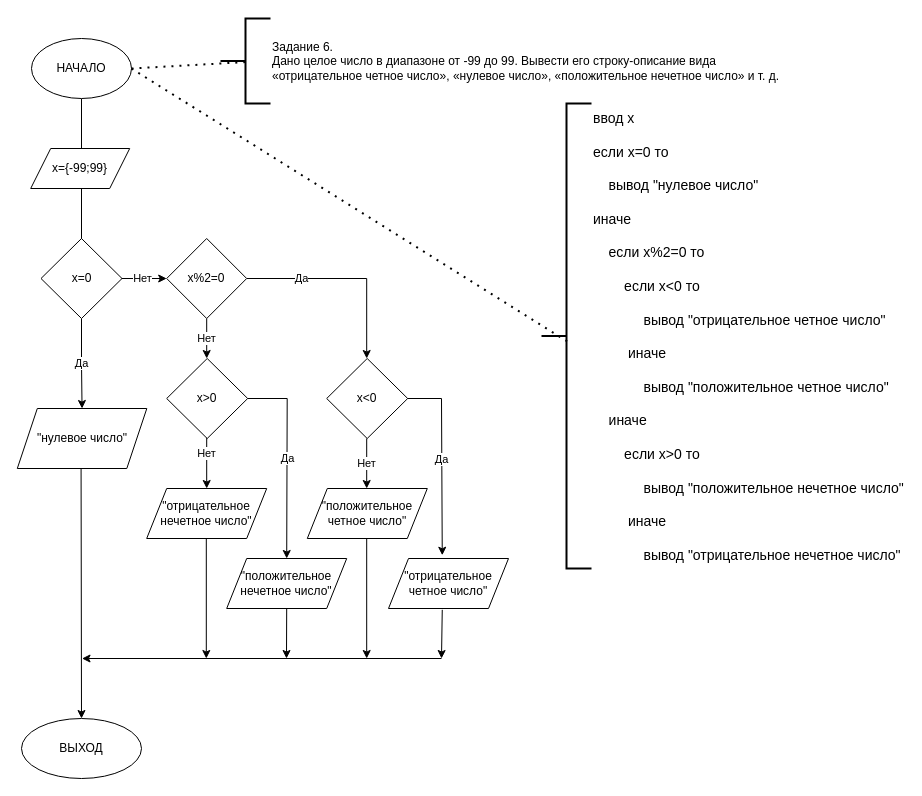
paweltaranov/Pawel_Taranov_Zadanie_01 keeps this draw.io diagram as Task_01_06.drawio. Above is the earlier version. Source tidied: cells renumbered, new cells numbered last; positions are measured from the earlier drawing's top-left corner, leaving out a move shared by most shapes. Both pictures are drawn from the tidied source at 100%, with x=0, y=0 at pixel (17, 18).
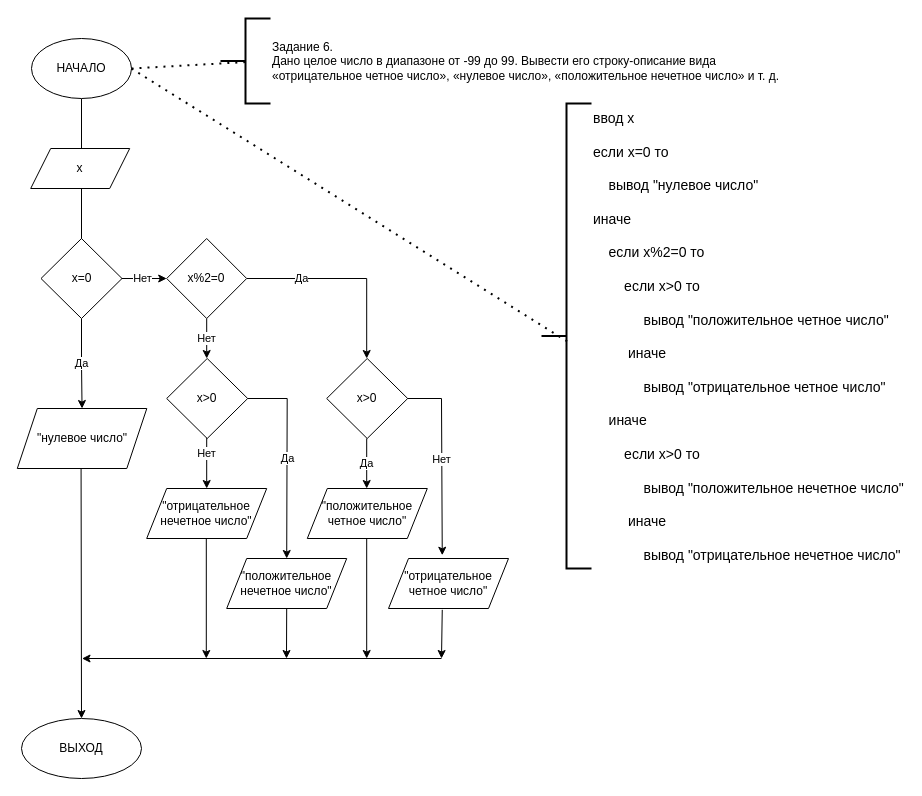
The same diagram, later.

The change refers to these unchanged cells:
```xml
<mxCell id="28" value="&quot;отрицательное четное число&quot;" style="shape=parallelogram;perimeter=parallelogramPerimeter;whiteSpace=wrap;html=1;fixedSize=1;" parent="1" vertex="1">
  <mxGeometry x="371" y="540" width="120" height="50" as="geometry" />
</mxCell>
```

The edit, as a diff of the source:
```diff
@@
-    <mxCell id="7" value="x={-99;99}" style="shape=parallelogram;perimeter=parallelogramPerimeter;whiteSpace=wrap;html=1;fixedSize=1;" parent="1" vertex="1">
+    <mxCell id="7" value="x" style="shape=parallelogram;perimeter=parallelogramPerimeter;whiteSpace=wrap;html=1;fixedSize=1;" parent="1" vertex="1">
       <mxGeometry x="13.2" y="130" width="99" height="40" as="geometry" />
     </mxCell>
@@
-    <mxCell id="12" value="ввод х&lt;br&gt;&lt;br&gt;если x=0 то&lt;br&gt;&lt;span&gt; &lt;/span&gt;&lt;span&gt; &lt;/span&gt;&lt;br&gt;&lt;span&gt;&lt;/span&gt;&amp;nbsp; &amp;nbsp; вывод &quot;нулевое число&quot;&lt;br&gt;&amp;nbsp; &amp;nbsp;&amp;nbsp;&lt;br&gt;иначе &lt;br&gt;&amp;nbsp; &amp;nbsp; &lt;br&gt;&amp;nbsp; &amp;nbsp; если x%2=0 то&lt;br&gt;&lt;br&gt;&amp;nbsp; &amp;nbsp; &amp;nbsp; &amp;nbsp; если х&amp;lt;0 то&lt;br&gt;&lt;br&gt;&amp;nbsp; &amp;nbsp; &amp;nbsp; &amp;nbsp; &amp;nbsp; &amp;nbsp; &amp;nbsp;вывод &quot;отрицательное четное число&quot;&lt;br&gt;&lt;br&gt;&amp;nbsp; &amp;nbsp; &amp;nbsp; &amp;nbsp; &amp;nbsp;иначе&amp;nbsp;&amp;nbsp;&lt;br&gt;&lt;br&gt;&amp;nbsp; &amp;nbsp; &amp;nbsp; &amp;nbsp; &amp;nbsp; &amp;nbsp; &amp;nbsp;вывод &quot;положительное четное число&quot;&lt;br&gt;&lt;br&gt;&amp;nbsp; &amp;nbsp; иначе&lt;br&gt;&lt;br&gt;&amp;nbsp; &amp;nbsp; &amp;nbsp; &amp;nbsp; если х&amp;gt;0 то&lt;br&gt;&lt;br&gt;&amp;nbsp; &amp;nbsp; &amp;nbsp; &amp;nbsp; &amp;nbsp; &amp;nbsp; &amp;nbsp;вывод &quot;положительное нечетное число&quot;&lt;br&gt;&lt;br&gt;&amp;nbsp; &amp;nbsp; &amp;nbsp; &amp;nbsp; &amp;nbsp;иначе&amp;nbsp;&amp;nbsp;&lt;br&gt;&lt;br&gt;&amp;nbsp; &amp;nbsp; &amp;nbsp; &amp;nbsp; &amp;nbsp; &amp;nbsp; &amp;nbsp;вывод &quot;отрицательное нечетное число&quot;&amp;nbsp;&lt;br&gt;&lt;br&gt;&amp;nbsp; &amp;nbsp; &amp;nbsp; &amp;nbsp;&amp;nbsp;" style="strokeWidth=2;html=1;shape=mxgraph.flowchart.annotation_2;align=left;labelPosition=right;verticalAlign=top;fontSize=14;spacing=2;spacingBottom=0;spacingLeft=0;spacingTop=0;horizontal=1;" parent="1" vertex="1">
+    <mxCell id="12" value="ввод х&lt;br&gt;&lt;br&gt;если x=0 то&lt;br&gt;&lt;span&gt; &lt;/span&gt;&lt;span&gt; &lt;/span&gt;&lt;br&gt;&lt;span&gt;&lt;/span&gt;&amp;nbsp; &amp;nbsp; вывод &quot;нулевое число&quot;&lt;br&gt;&amp;nbsp; &amp;nbsp;&amp;nbsp;&lt;br&gt;иначе &lt;br&gt;&amp;nbsp; &amp;nbsp; &lt;br&gt;&amp;nbsp; &amp;nbsp; если x%2=0 то&lt;br&gt;&lt;br&gt;&amp;nbsp; &amp;nbsp; &amp;nbsp; &amp;nbsp; если х&amp;gt;0 то&lt;br&gt;&lt;br&gt;&amp;nbsp; &amp;nbsp; &amp;nbsp; &amp;nbsp; &amp;nbsp; &amp;nbsp; &amp;nbsp;вывод &quot;положительное четное число&quot;&lt;br&gt;&lt;br&gt;&amp;nbsp; &amp;nbsp; &amp;nbsp; &amp;nbsp; &amp;nbsp;иначе&amp;nbsp;&amp;nbsp;&lt;br&gt;&lt;br&gt;&amp;nbsp; &amp;nbsp; &amp;nbsp; &amp;nbsp; &amp;nbsp; &amp;nbsp; &amp;nbsp;вывод &quot;отрицательное&amp;nbsp;четное число&quot;&lt;br&gt;&lt;br&gt;&amp;nbsp; &amp;nbsp; иначе&lt;br&gt;&lt;br&gt;&amp;nbsp; &amp;nbsp; &amp;nbsp; &amp;nbsp; если х&amp;gt;0 то&lt;br&gt;&lt;br&gt;&amp;nbsp; &amp;nbsp; &amp;nbsp; &amp;nbsp; &amp;nbsp; &amp;nbsp; &amp;nbsp;вывод &quot;положительное нечетное число&quot;&lt;br&gt;&lt;br&gt;&amp;nbsp; &amp;nbsp; &amp;nbsp; &amp;nbsp; &amp;nbsp;иначе&amp;nbsp;&amp;nbsp;&lt;br&gt;&lt;br&gt;&amp;nbsp; &amp;nbsp; &amp;nbsp; &amp;nbsp; &amp;nbsp; &amp;nbsp; &amp;nbsp;вывод &quot;отрицательное нечетное число&quot;&amp;nbsp;&lt;br&gt;&lt;br&gt;&amp;nbsp; &amp;nbsp; &amp;nbsp; &amp;nbsp;&amp;nbsp;" style="strokeWidth=2;html=1;shape=mxgraph.flowchart.annotation_2;align=left;labelPosition=right;verticalAlign=top;fontSize=14;spacing=2;spacingBottom=0;spacingLeft=0;spacingTop=0;horizontal=1;" parent="1" vertex="1">
       <mxGeometry x="524" y="85" width="50" height="465" as="geometry" />
     </mxCell>
@@
-    <mxCell id="23" value="x&amp;lt;0" style="rhombus;whiteSpace=wrap;html=1;" parent="1" vertex="1">
+    <mxCell id="23" value="x&amp;gt;0" style="rhombus;whiteSpace=wrap;html=1;" parent="1" vertex="1">
       <mxGeometry x="309.2" y="340" width="81" height="80" as="geometry" />
     </mxCell>
-    <mxCell id="24" value="Нет" style="endArrow=classic;html=1;rounded=0;" parent="1" edge="1">
+    <mxCell id="24" value="Да" style="endArrow=classic;html=1;rounded=0;" parent="1" edge="1">
       <mxGeometry relative="1" as="geometry">
         <mxPoint x="349.2" y="420" as="sourcePoint" />
         <mxPoint x="349.2" y="470" as="targetPoint" />
       </mxGeometry>
     </mxCell>
@@
-    <mxCell id="29" value="Да" style="endArrow=classic;html=1;rounded=0;entryX=0.448;entryY=-0.065;entryDx=0;entryDy=0;entryPerimeter=0;" parent="1" edge="1" target="28">
+    <mxCell id="29" value="Нет" style="endArrow=classic;html=1;rounded=0;entryX=0.448;entryY=-0.065;entryDx=0;entryDy=0;entryPerimeter=0;" parent="1" edge="1" target="28">
       <mxGeometry relative="1" as="geometry">
         <mxPoint x="390.2" y="380" as="sourcePoint" />
         <Array as="points">
           <mxPoint x="424" y="380" />
         </Array>
       </mxGeometry>
     </mxCell>
```
